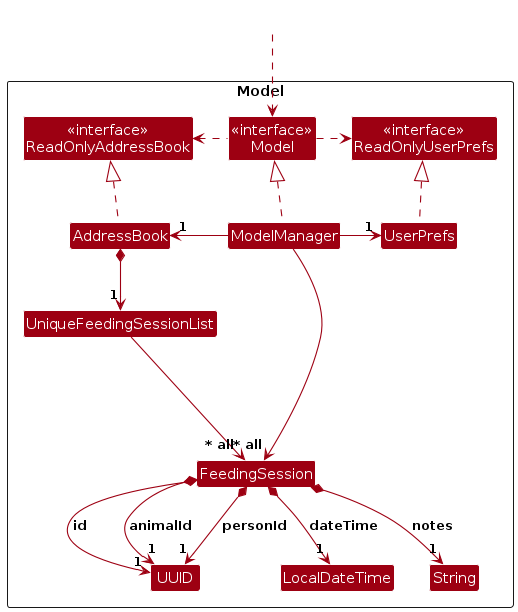
This is diagrams/ModelFeedingSessionClassDiagram.png from AY2526S1-CS2103T-W14-3/tp, a PlantUML export, as it was before one commit. Its source is kept beside it as diagrams/ModelFeedingSessionClassDiagram.puml. Its diagram source:
```plantuml
@startuml
!include style.puml
skinparam arrowThickness 1.1
skinparam arrowColor MODEL_COLOR
skinparam classBackgroundColor MODEL_COLOR

Package Model as ModelPackage <<Rectangle>>{
Class "<<interface>>\nReadOnlyAddressBook" as ReadOnlyAddressBook
Class "<<interface>>\nReadOnlyUserPrefs" as ReadOnlyUserPrefs
Class "<<interface>>\nModel" as Model
Class AddressBook
Class ModelManager
Class UserPrefs

Class UniqueFeedingSessionList
Class FeedingSession
Class UUID
Class LocalDateTime
Class String

Class I #FFFFFF
}

Class HiddenOutside #FFFFFF
HiddenOutside ..> Model

AddressBook .up.|> ReadOnlyAddressBook

ModelManager .up.|> Model
Model .right.> ReadOnlyUserPrefs
Model .left.> ReadOnlyAddressBook
ModelManager -left-> "1" AddressBook
ModelManager -right-> "1" UserPrefs
UserPrefs .up.|> ReadOnlyUserPrefs

AddressBook *--> "1" UniqueFeedingSessionList
UniqueFeedingSessionList --> "~* all" FeedingSession

FeedingSession *--> "1" UUID : id
FeedingSession *--> "1" UUID : animalId
FeedingSession *--> "1" UUID : personId
FeedingSession *--> "1" LocalDateTime : dateTime
FeedingSession *--> "1" String : notes

FeedingSession -[hidden]up--> I
UniqueFeedingSessionList -[hidden]right-> I

UUID -[hidden]right-> LocalDateTime
LocalDateTime -[hidden]right-> String

ModelManager --> "~* all" FeedingSession

@enduml
```
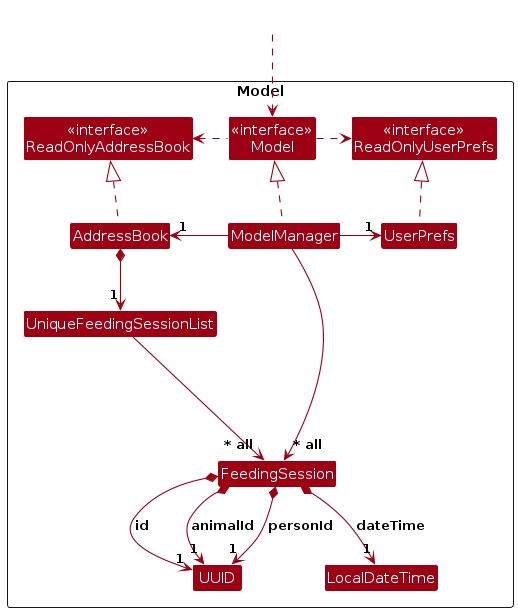
After the commit.

Diff of the diagram source:
```diff
@@ -16,7 +16,6 @@
 Class FeedingSession
 Class UUID
 Class LocalDateTime
-Class String
 
 Class I #FFFFFF
 }
@@ -40,13 +39,11 @@
 FeedingSession *--> "1" UUID : animalId
 FeedingSession *--> "1" UUID : personId
 FeedingSession *--> "1" LocalDateTime : dateTime
-FeedingSession *--> "1" String : notes
 
 FeedingSession -[hidden]up--> I
 UniqueFeedingSessionList -[hidden]right-> I
 
 UUID -[hidden]right-> LocalDateTime
-LocalDateTime -[hidden]right-> String
 
 ModelManager --> "~* all" FeedingSession
 
```
